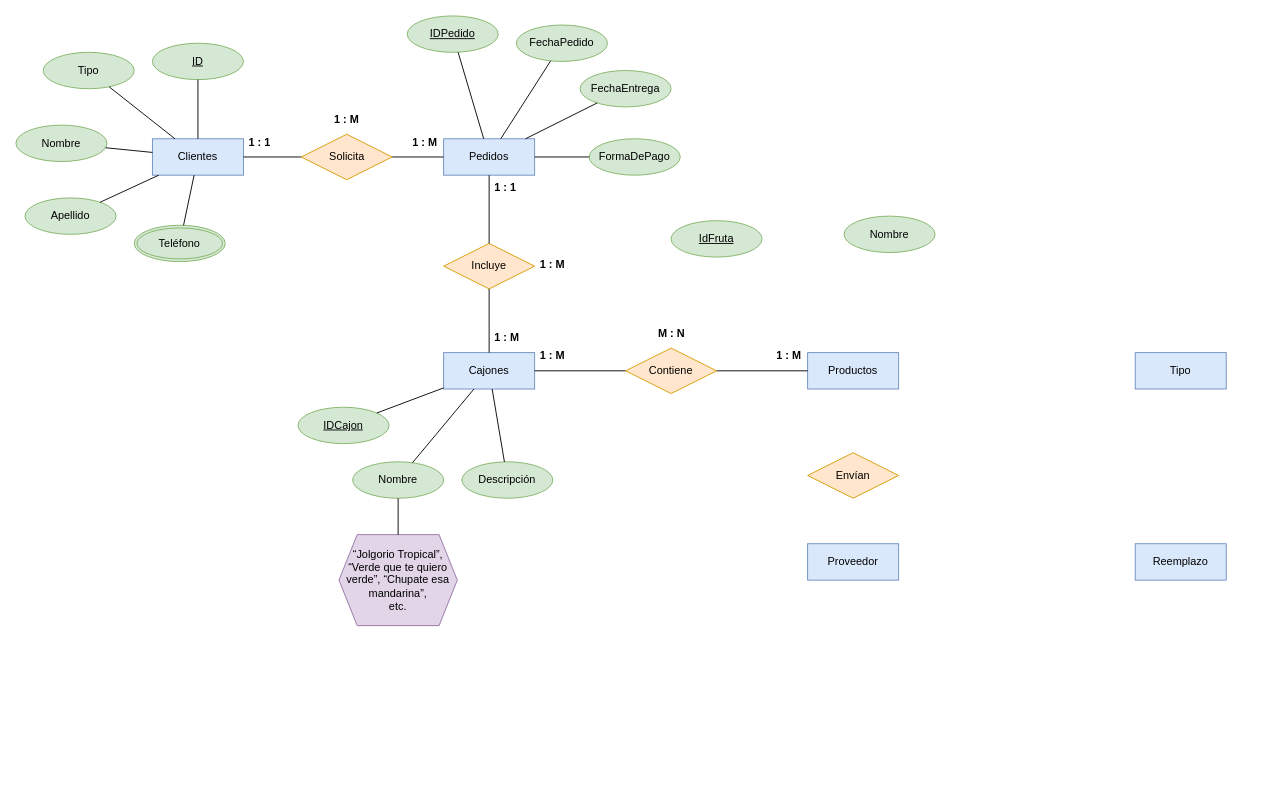
This is Progreso_1/TareaGrupal_P1_Diagrama_4.drawio from AngelDavidStudios/Diagramas_BdD_1, a draw.io file, before an edit. Source tidied: cells renumbered, new cells numbered last; positions are measured from the earlier drawing's top-left corner, leaving out a move shared by most shapes. Both pictures are drawn from the tidied source at 91%, with x=0, y=0 at pixel (15, 15).
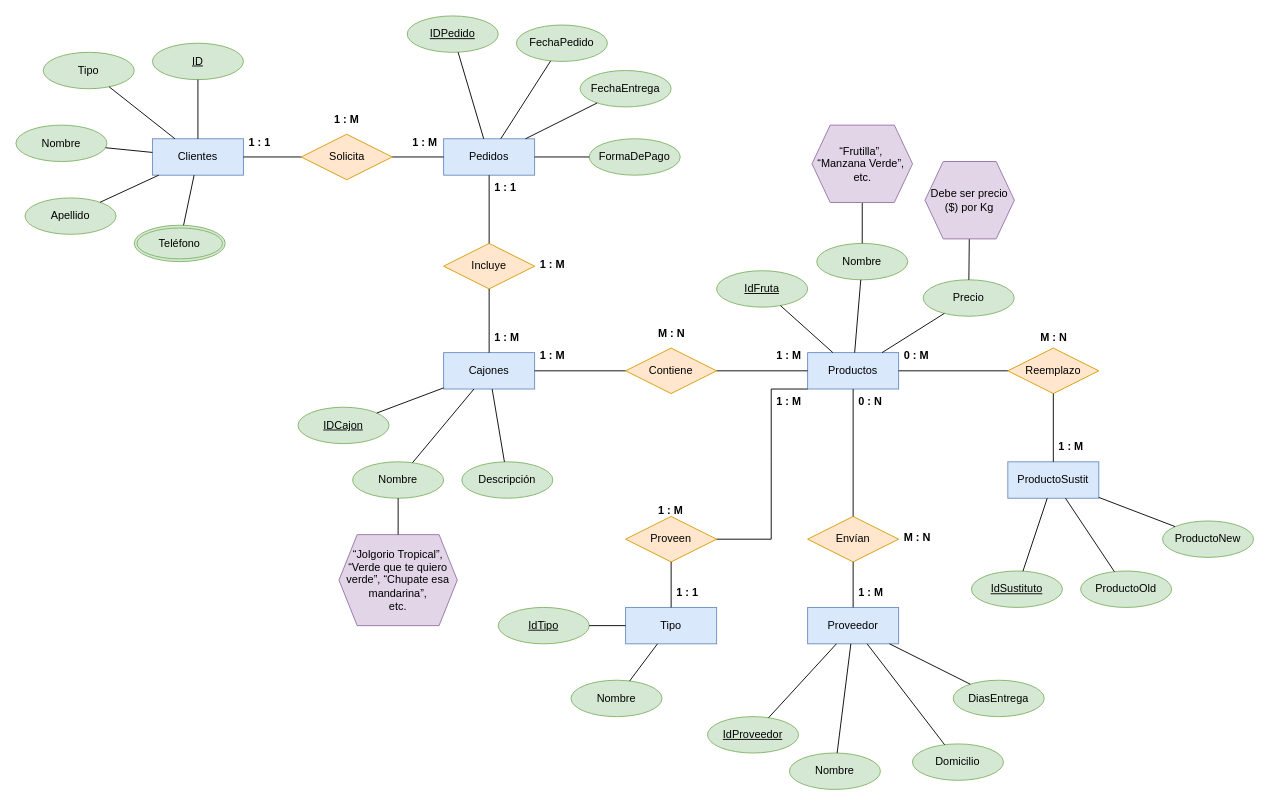
After the change.

The change refers to these unchanged cells:
```xml
<mxCell id="6" value="Productos" style="whiteSpace=wrap;html=1;align=center;fillColor=#dae8fc;strokeColor=#6c8ebf;" parent="1" vertex="1">
  <mxGeometry x="870" y="370" width="100" height="40" as="geometry" />
</mxCell>
```

What changed in the source:
```diff
@@
     <mxCell id="8" value="Proveedor" style="whiteSpace=wrap;html=1;align=center;fillColor=#dae8fc;strokeColor=#6c8ebf;" parent="1" vertex="1">
-      <mxGeometry x="870" y="580" width="100" height="40" as="geometry" />
+      <mxGeometry x="870" y="650" width="100" height="40" as="geometry" />
     </mxCell>
     <mxCell id="9" value="Envían" style="shape=rhombus;perimeter=rhombusPerimeter;whiteSpace=wrap;html=1;align=center;fillColor=#ffe6cc;strokeColor=#d79b00;" parent="1" vertex="1">
-      <mxGeometry x="870" y="480" width="100" height="50" as="geometry" />
+      <mxGeometry x="870" y="550" width="100" height="50" as="geometry" />
     </mxCell>
     <mxCell id="10" value="Tipo" style="whiteSpace=wrap;html=1;align=center;fillColor=#dae8fc;strokeColor=#6c8ebf;" parent="1" vertex="1">
-      <mxGeometry x="1230" y="370" width="100" height="40" as="geometry" />
+      <mxGeometry x="670" y="650" width="100" height="40" as="geometry" />
     </mxCell>
-    <mxCell id="11" value="Reemplazo" style="whiteSpace=wrap;html=1;align=center;fillColor=#dae8fc;strokeColor=#6c8ebf;" parent="1" vertex="1">
-      <mxGeometry x="1230" y="580" width="100" height="40" as="geometry" />
+    <mxCell id="11" value="ProductoSustit" style="whiteSpace=wrap;html=1;align=center;fillColor=#dae8fc;strokeColor=#6c8ebf;" parent="1" vertex="1">
+      <mxGeometry x="1090" y="490" width="100" height="40" as="geometry" />
     </mxCell>
@@
     <mxCell id="51" value="IdFruta" style="ellipse;whiteSpace=wrap;html=1;align=center;fontStyle=4;fillColor=#d5e8d4;strokeColor=#82b366;" parent="1" vertex="1">
-      <mxGeometry x="720" y="225" width="100" height="40" as="geometry" />
+      <mxGeometry x="770" y="280" width="100" height="40" as="geometry" />
     </mxCell>
     <mxCell id="52" value="Nombre" style="ellipse;whiteSpace=wrap;html=1;align=center;fillColor=#d5e8d4;strokeColor=#82b366;" parent="1" vertex="1">
-      <mxGeometry x="910" y="220" width="100" height="40" as="geometry" />
+      <mxGeometry x="880" y="250" width="100" height="40" as="geometry" />
     </mxCell>
@@
+    <mxCell id="56" value="Precio" style="ellipse;whiteSpace=wrap;html=1;align=center;fillColor=#d5e8d4;strokeColor=#82b366;" parent="1" vertex="1">
+      <mxGeometry x="997" y="290" width="100" height="40" as="geometry" />
+    </mxCell>
+    <mxCell id="57" style="endArrow=none;html=1;rounded=0;" parent="1" edge="1" source="51" target="6">
+      <mxGeometry relative="1" as="geometry" />
+    </mxCell>
+    <mxCell id="58" style="endArrow=none;html=1;rounded=0;" parent="1" edge="1" source="52" target="6">
+      <mxGeometry relative="1" as="geometry" />
+    </mxCell>
+    <mxCell id="59" style="endArrow=none;html=1;rounded=0;" parent="1" edge="1" source="56" target="6">
+      <mxGeometry relative="1" as="geometry" />
+    </mxCell>
+    <mxCell id="60" style="endArrow=none;html=1;rounded=0;" parent="1" edge="1" source="62" target="52">
+      <mxGeometry relative="1" as="geometry" />
+    </mxCell>
+    <mxCell id="61" style="endArrow=none;html=1;rounded=0;" parent="1" edge="1" source="63" target="56">
+      <mxGeometry relative="1" as="geometry" />
+    </mxCell>
+    <mxCell id="62" value="“Frutilla”,&amp;nbsp;&lt;div&gt;&lt;span style=&quot;background-color: initial;&quot;&gt;“Manzana Verde”,&amp;nbsp;&lt;/span&gt;&lt;/div&gt;&lt;div&gt;&lt;span style=&quot;background-color: initial;&quot;&gt;etc.&lt;/span&gt;&lt;/div&gt;" style="shape=hexagon;perimeter=hexagonPerimeter2;whiteSpace=wrap;html=1;fixedSize=1;fillColor=#e1d5e7;strokeColor=#9673a6;" parent="1" vertex="1">
+      <mxGeometry x="874.8" y="120" width="110.5" height="85" as="geometry" />
+    </mxCell>
+    <mxCell id="63" value="Debe ser precio ($) por Kg" style="shape=hexagon;perimeter=hexagonPerimeter2;whiteSpace=wrap;html=1;fixedSize=1;fillColor=#e1d5e7;strokeColor=#9673a6;" parent="1" vertex="1">
+      <mxGeometry x="999" y="160" width="98.2" height="85" as="geometry" />
+    </mxCell>
+    <mxCell id="64" style="endArrow=none;html=1;rounded=0;" parent="1" edge="1" source="6" target="9">
+      <mxGeometry relative="1" as="geometry" />
+    </mxCell>
+    <mxCell id="65" style="endArrow=none;html=1;rounded=0;" parent="1" edge="1" source="9" target="8">
+      <mxGeometry relative="1" as="geometry" />
+    </mxCell>
+    <mxCell id="66" value="Proveen" style="shape=rhombus;perimeter=rhombusPerimeter;whiteSpace=wrap;html=1;align=center;fillColor=#ffe6cc;strokeColor=#d79b00;" parent="1" vertex="1">
+      <mxGeometry x="670" y="550" width="100" height="50" as="geometry" />
+    </mxCell>
+    <mxCell id="67" style="endArrow=none;html=1;rounded=0;exitX=0;exitY=1;exitDx=0;exitDy=0;" parent="1" edge="1" source="6" target="66">
+      <mxGeometry relative="1" as="geometry">
+        <Array as="points">
+          <mxPoint x="830" y="410" />
+          <mxPoint x="830" y="490" />
+          <mxPoint x="830" y="575" />
+        </Array>
+      </mxGeometry>
+    </mxCell>
+    <mxCell id="68" style="endArrow=none;html=1;rounded=0;" parent="1" edge="1" source="66" target="10">
+      <mxGeometry relative="1" as="geometry" />
+    </mxCell>
+    <mxCell id="69" value="M : N" style="text;strokeColor=none;fillColor=none;spacingLeft=4;spacingRight=4;overflow=hidden;fontSize=12;whiteSpace=wrap;html=1;fontStyle=1;" parent="1" vertex="1">
+      <mxGeometry x="970" y="560" width="40" height="30" as="geometry" />
+    </mxCell>
+    <mxCell id="70" value="0 : N" style="text;strokeColor=none;fillColor=none;spacingLeft=4;spacingRight=4;overflow=hidden;fontSize=12;whiteSpace=wrap;html=1;fontStyle=1;" parent="1" vertex="1">
+      <mxGeometry x="920" y="410" width="40" height="30" as="geometry" />
+    </mxCell>
+    <mxCell id="71" value="1 : M" style="text;strokeColor=none;fillColor=none;spacingLeft=4;spacingRight=4;overflow=hidden;fontSize=12;whiteSpace=wrap;html=1;fontStyle=1;" parent="1" vertex="1">
+      <mxGeometry x="920" y="620" width="40" height="30" as="geometry" />
+    </mxCell>
+    <mxCell id="72" value="1 : M" style="text;strokeColor=none;fillColor=none;spacingLeft=4;spacingRight=4;overflow=hidden;fontSize=12;whiteSpace=wrap;html=1;fontStyle=1;" parent="1" vertex="1">
+      <mxGeometry x="700" y="530" width="40" height="30" as="geometry" />
+    </mxCell>
+    <mxCell id="73" value="1 : M" style="text;strokeColor=none;fillColor=none;spacingLeft=4;spacingRight=4;overflow=hidden;fontSize=12;whiteSpace=wrap;html=1;fontStyle=1;" parent="1" vertex="1">
+      <mxGeometry x="830" y="410" width="40" height="30" as="geometry" />
+    </mxCell>
+    <mxCell id="74" value="1 : 1" style="text;strokeColor=none;fillColor=none;spacingLeft=4;spacingRight=4;overflow=hidden;fontSize=12;whiteSpace=wrap;html=1;fontStyle=1;" parent="1" vertex="1">
+      <mxGeometry x="720" y="620" width="40" height="30" as="geometry" />
+    </mxCell>
+    <mxCell id="75" value="Reemplazo" style="shape=rhombus;perimeter=rhombusPerimeter;whiteSpace=wrap;html=1;align=center;fillColor=#ffe6cc;strokeColor=#d79b00;" parent="1" vertex="1">
+      <mxGeometry x="1090" y="365" width="100" height="50" as="geometry" />
+    </mxCell>
+    <mxCell id="76" value="IdProveedor" style="ellipse;whiteSpace=wrap;html=1;align=center;fontStyle=4;fillColor=#d5e8d4;strokeColor=#82b366;" parent="1" vertex="1">
+      <mxGeometry x="760" y="770" width="100" height="40" as="geometry" />
+    </mxCell>
+    <mxCell id="77" value="Nombre" style="ellipse;whiteSpace=wrap;html=1;align=center;fillColor=#d5e8d4;strokeColor=#82b366;" parent="1" vertex="1">
+      <mxGeometry x="850" y="810" width="100" height="40" as="geometry" />
+    </mxCell>
+    <mxCell id="78" value="Domicilio" style="ellipse;whiteSpace=wrap;html=1;align=center;fillColor=#d5e8d4;strokeColor=#82b366;" parent="1" vertex="1">
+      <mxGeometry x="985.2" y="800" width="100" height="40" as="geometry" />
+    </mxCell>
+    <mxCell id="79" value="DiasEntrega" style="ellipse;whiteSpace=wrap;html=1;align=center;fillColor=#d5e8d4;strokeColor=#82b366;" parent="1" vertex="1">
+      <mxGeometry x="1030" y="730" width="100" height="40" as="geometry" />
+    </mxCell>
+    <mxCell id="80" style="endArrow=none;html=1;rounded=0;" parent="1" edge="1" source="76" target="8">
+      <mxGeometry relative="1" as="geometry" />
+    </mxCell>
+    <mxCell id="81" style="endArrow=none;html=1;rounded=0;" parent="1" edge="1" source="77" target="8">
+      <mxGeometry relative="1" as="geometry" />
+    </mxCell>
+    <mxCell id="82" style="endArrow=none;html=1;rounded=0;" parent="1" edge="1" source="8" target="78">
+      <mxGeometry relative="1" as="geometry" />
+    </mxCell>
+    <mxCell id="83" style="endArrow=none;html=1;rounded=0;" parent="1" edge="1" source="8" target="79">
+      <mxGeometry relative="1" as="geometry" />
+    </mxCell>
+    <mxCell id="84" value="IdTipo" style="ellipse;whiteSpace=wrap;html=1;align=center;fontStyle=4;fillColor=#d5e8d4;strokeColor=#82b366;" parent="1" vertex="1">
+      <mxGeometry x="530" y="650" width="100" height="40" as="geometry" />
+    </mxCell>
+    <mxCell id="85" style="endArrow=none;html=1;rounded=0;" parent="1" edge="1" source="84" target="10">
+      <mxGeometry relative="1" as="geometry" />
+    </mxCell>
+    <mxCell id="86" value="Nombre" style="ellipse;whiteSpace=wrap;html=1;align=center;fillColor=#d5e8d4;strokeColor=#82b366;" parent="1" vertex="1">
+      <mxGeometry x="610" y="730" width="100" height="40" as="geometry" />
+    </mxCell>
+    <mxCell id="87" style="endArrow=none;html=1;rounded=0;" parent="1" edge="1" source="86" target="10">
+      <mxGeometry relative="1" as="geometry" />
+    </mxCell>
+    <mxCell id="88" value="M : N" style="text;strokeColor=none;fillColor=none;spacingLeft=4;spacingRight=4;overflow=hidden;fontSize=12;whiteSpace=wrap;html=1;fontStyle=1;" parent="1" vertex="1">
+      <mxGeometry x="1120" y="340" width="40" height="30" as="geometry" />
+    </mxCell>
+    <mxCell id="89" style="endArrow=none;html=1;rounded=0;" parent="1" edge="1" source="6" target="75">
+      <mxGeometry relative="1" as="geometry" />
+    </mxCell>
+    <mxCell id="90" style="endArrow=none;html=1;rounded=0;" parent="1" edge="1" source="75" target="11">
+      <mxGeometry relative="1" as="geometry" />
+    </mxCell>
+    <mxCell id="91" value="1 : M" style="text;strokeColor=none;fillColor=none;spacingLeft=4;spacingRight=4;overflow=hidden;fontSize=12;whiteSpace=wrap;html=1;fontStyle=1;" parent="1" vertex="1">
+      <mxGeometry x="1140" y="460" width="40" height="30" as="geometry" />
+    </mxCell>
+    <mxCell id="92" value="0 : M" style="text;strokeColor=none;fillColor=none;spacingLeft=4;spacingRight=4;overflow=hidden;fontSize=12;whiteSpace=wrap;html=1;fontStyle=1;" parent="1" vertex="1">
+      <mxGeometry x="970" y="360" width="40" height="30" as="geometry" />
+    </mxCell>
+    <mxCell id="93" value="IdSustituto" style="ellipse;whiteSpace=wrap;html=1;align=center;fontStyle=4;fillColor=#d5e8d4;strokeColor=#82b366;" parent="1" vertex="1">
+      <mxGeometry x="1050" y="610" width="100" height="40" as="geometry" />
+    </mxCell>
+    <mxCell id="94" value="ProductoOld" style="ellipse;whiteSpace=wrap;html=1;align=center;fillColor=#d5e8d4;strokeColor=#82b366;" parent="1" vertex="1">
+      <mxGeometry x="1170" y="610" width="100" height="40" as="geometry" />
+    </mxCell>
+    <mxCell id="95" value="ProductoNew" style="ellipse;whiteSpace=wrap;html=1;align=center;fillColor=#d5e8d4;strokeColor=#82b366;" parent="1" vertex="1">
+      <mxGeometry x="1260" y="555" width="100" height="40" as="geometry" />
+    </mxCell>
+    <mxCell id="96" style="endArrow=none;html=1;rounded=0;" parent="1" edge="1" source="11" target="93">
+      <mxGeometry relative="1" as="geometry" />
+    </mxCell>
+    <mxCell id="97" style="endArrow=none;html=1;rounded=0;" parent="1" edge="1" source="11" target="94">
+      <mxGeometry relative="1" as="geometry" />
+    </mxCell>
+    <mxCell id="98" style="endArrow=none;html=1;rounded=0;" parent="1" edge="1" source="11" target="95">
+      <mxGeometry relative="1" as="geometry" />
+    </mxCell>
```
